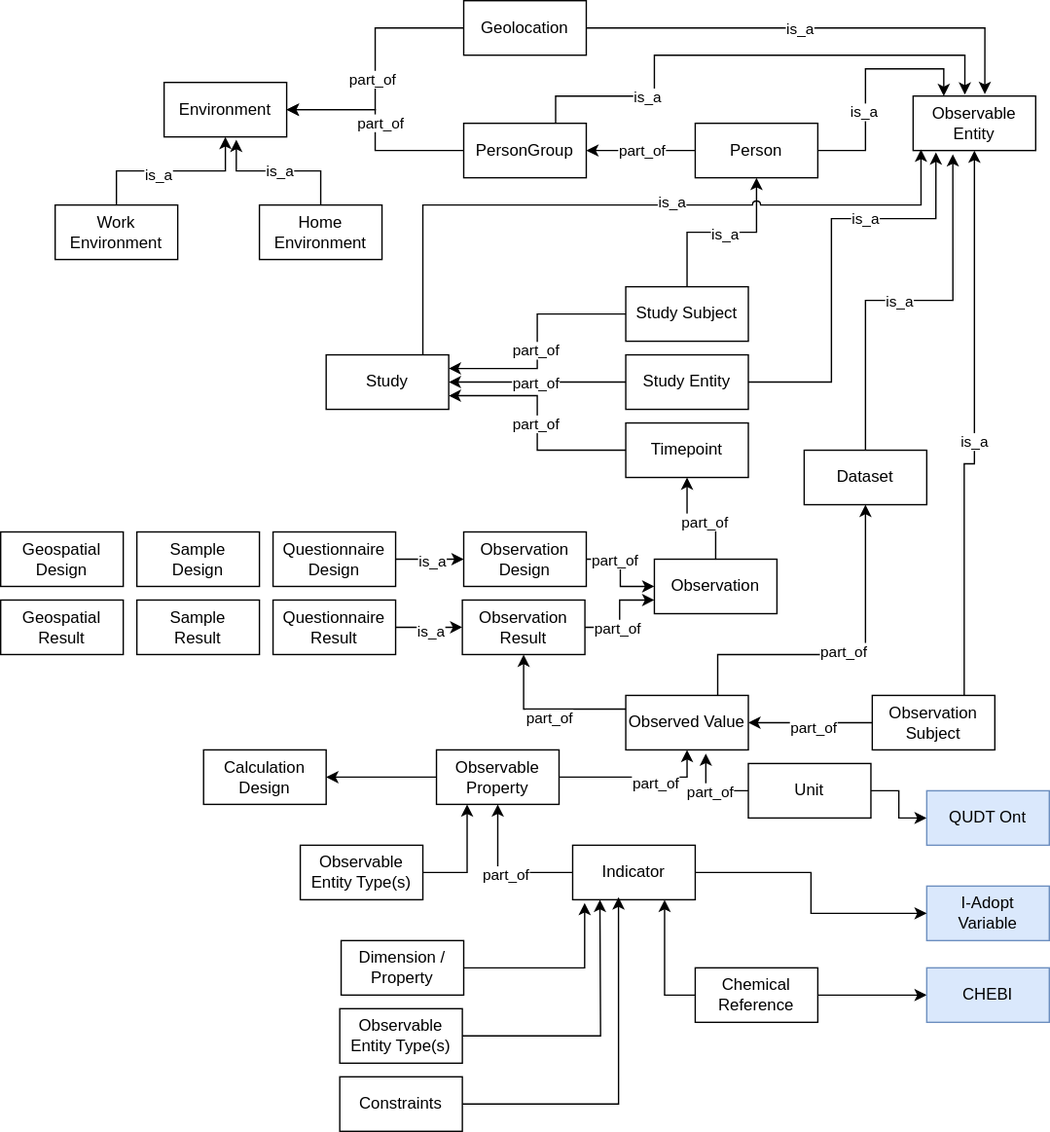
Earlier version of the draw.io export diagrams/PEH Entities Overview.svg (GertjanBisschop/parco-hbm). Source tidied: cells renumbered, new cells last; positions are measured from the earlier drawing's top-left corner, leaving out a move shared by most shapes.
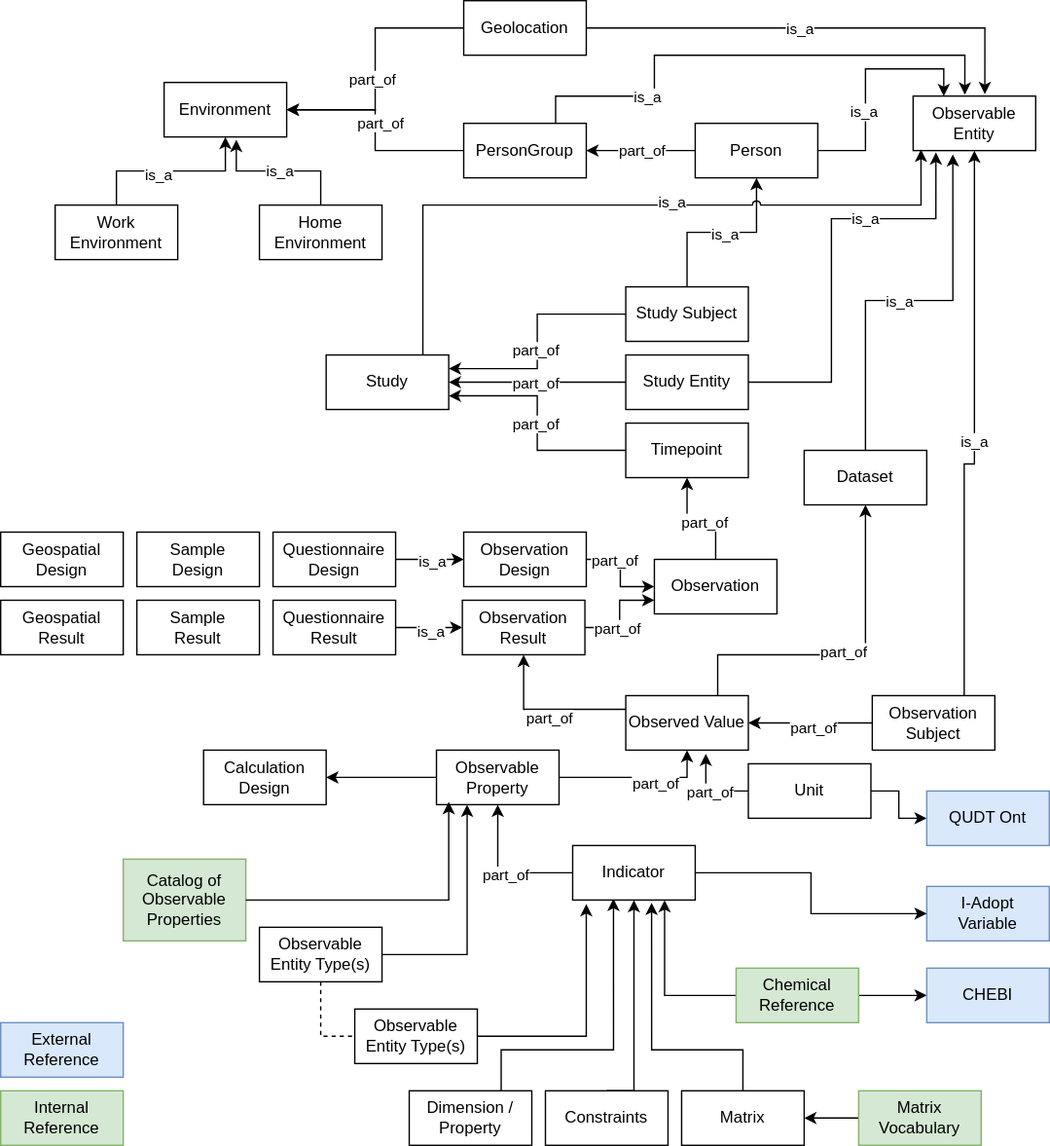
Later version of the same file.

Commit message:
Made links to internal vocabularies more explicit

Change to the diagram source:
```diff
@@ -148,8 +148,8 @@
     <mxCell id="44" style="edgeStyle=orthogonalEdgeStyle;rounded=0;jettySize=auto;html=1;entryX=0;entryY=0.5;entryDx=0;entryDy=0;" parent="1" edge="1" source="45" target="78">
       <mxGeometry relative="1" as="geometry" />
     </mxCell>
-    <mxCell id="45" value="Chemical Reference" style="rounded=0;whiteSpace=wrap;html=1;" parent="1" vertex="1">
-      <mxGeometry x="510" y="710" width="90" height="40" as="geometry" />
+    <mxCell id="45" value="Chemical Reference" style="rounded=0;whiteSpace=wrap;html=1;fillColor=#d5e8d4;strokeColor=#82b366;" parent="1" vertex="1">
+      <mxGeometry x="540" y="710" width="90" height="40" as="geometry" />
     </mxCell>
     <mxCell id="46" style="edgeStyle=orthogonalEdgeStyle;rounded=0;jettySize=auto;html=1;entryX=1;entryY=0.25;entryDx=0;entryDy=0;" parent="1" edge="1" source="50" target="2">
       <mxGeometry relative="1" as="geometry" />
@@ -169,18 +169,19 @@
     <mxCell id="51" value="I-Adopt&lt;br&gt;Variable" style="rounded=0;whiteSpace=wrap;html=1;fillColor=#dae8fc;strokeColor=#6c8ebf;" parent="1" vertex="1">
       <mxGeometry x="680" y="650" width="90" height="40" as="geometry" />
     </mxCell>
-    <mxCell id="52" style="edgeStyle=orthogonalEdgeStyle;rounded=0;jettySize=auto;html=1;entryX=0.098;entryY=1.059;entryDx=0;entryDy=0;entryPerimeter=0;" parent="1" edge="1" source="53" target="62">
+    <mxCell id="52" style="edgeStyle=orthogonalEdgeStyle;rounded=0;jettySize=auto;html=1;entryX=0.333;entryY=0.975;entryDx=0;entryDy=0;entryPerimeter=0;exitX=0.75;exitY=0;exitDx=0;exitDy=0;" parent="1" edge="1" source="53" target="62">
       <mxGeometry relative="1" as="geometry">
         <Array as="points">
-          <mxPoint x="429" y="710" />
+          <mxPoint x="368" y="770" />
+          <mxPoint x="450" y="770" />
         </Array>
       </mxGeometry>
     </mxCell>
     <mxCell id="53" value="Dimension / Property" style="rounded=0;whiteSpace=wrap;html=1;" parent="1" vertex="1">
-      <mxGeometry x="250" y="690" width="90" height="40" as="geometry" />
+      <mxGeometry x="300" y="800" width="90" height="40" as="geometry" />
     </mxCell>
     <mxCell id="54" value="Observable Entity Type(s)" style="rounded=0;whiteSpace=wrap;html=1;" parent="1" vertex="1">
-      <mxGeometry x="249" y="740" width="90" height="40" as="geometry" />
+      <mxGeometry x="260" y="740" width="90" height="40" as="geometry" />
     </mxCell>
     <mxCell id="55" value="Observable Entity" style="rounded=0;whiteSpace=wrap;html=1;" parent="1" vertex="1">
       <mxGeometry x="670" y="70" width="90" height="40" as="geometry" />
@@ -255,20 +256,19 @@
     <mxCell id="74" value="Dataset" style="rounded=0;whiteSpace=wrap;html=1;" parent="1" vertex="1">
       <mxGeometry x="590" y="330" width="90" height="40" as="geometry" />
     </mxCell>
-    <mxCell id="75" style="edgeStyle=orthogonalEdgeStyle;rounded=0;jettySize=auto;html=1;" parent="1" edge="1" source="54">
-      <mxGeometry relative="1" as="geometry">
-        <mxPoint x="440" y="660" as="targetPoint" />
-      </mxGeometry>
+    <mxCell id="75" style="edgeStyle=orthogonalEdgeStyle;rounded=0;jettySize=auto;html=1;entryX=0.111;entryY=1.075;entryDx=0;entryDy=0;entryPerimeter=0;" parent="1" edge="1" source="54" target="62">
+      <mxGeometry relative="1" as="geometry" />
     </mxCell>
-    <mxCell id="76" style="edgeStyle=orthogonalEdgeStyle;rounded=0;jettySize=auto;html=1;entryX=0.374;entryY=0.955;entryDx=0;entryDy=0;entryPerimeter=0;" parent="1" edge="1" source="77" target="62">
+    <mxCell id="76" style="edgeStyle=orthogonalEdgeStyle;rounded=0;jettySize=auto;html=1;entryX=0.5;entryY=1;entryDx=0;entryDy=0;exitX=0.5;exitY=0;exitDx=0;exitDy=0;" parent="1" edge="1" source="77" target="62">
       <mxGeometry relative="1" as="geometry">
         <Array as="points">
-          <mxPoint x="454" y="810" />
+          <mxPoint x="465" y="730" />
+          <mxPoint x="465" y="730" />
         </Array>
       </mxGeometry>
     </mxCell>
     <mxCell id="77" value="Constraints" style="rounded=0;whiteSpace=wrap;html=1;" parent="1" vertex="1">
-      <mxGeometry x="249" y="790" width="90" height="40" as="geometry" />
+      <mxGeometry x="400" y="800" width="90" height="40" as="geometry" />
     </mxCell>
     <mxCell id="78" value="CHEBI" style="rounded=0;whiteSpace=wrap;html=1;fillColor=#dae8fc;strokeColor=#6c8ebf;" parent="1" vertex="1">
       <mxGeometry x="680" y="710" width="90" height="40" as="geometry" />
@@ -314,8 +314,11 @@
     <mxCell id="88" style="edgeStyle=orthogonalEdgeStyle;rounded=0;jettySize=auto;html=1;entryX=0.25;entryY=1;entryDx=0;entryDy=0;" parent="1" edge="1" source="89" target="56">
       <mxGeometry relative="1" as="geometry" />
     </mxCell>
+    <mxCell id="100" style="edgeStyle=orthogonalEdgeStyle;rounded=0;jettySize=auto;html=1;entryX=0;entryY=0.5;entryDx=0;entryDy=0;endArrow=none;endFill=0;dashed=1;exitX=0.5;exitY=1;exitDx=0;exitDy=0;" parent="1" edge="1" source="89" target="54">
+      <mxGeometry relative="1" as="geometry" />
+    </mxCell>
     <mxCell id="89" value="Observable Entity Type(s)" style="rounded=0;whiteSpace=wrap;html=1;" parent="1" vertex="1">
-      <mxGeometry x="220" y="620" width="90" height="40" as="geometry" />
+      <mxGeometry x="190" y="680" width="90" height="40" as="geometry" />
     </mxCell>
     <mxCell id="90" style="edgeStyle=orthogonalEdgeStyle;rounded=0;jettySize=auto;html=1;entryX=0.653;entryY=1.067;entryDx=0;entryDy=0;entryPerimeter=0;exitX=0;exitY=0.5;exitDx=0;exitDy=0;" parent="1" edge="1" source="23" target="65">
       <mxGeometry relative="1" as="geometry" />
@@ -351,5 +354,34 @@
     <mxCell id="99" value="QUDT Ont" style="rounded=0;whiteSpace=wrap;html=1;fillColor=#dae8fc;strokeColor=#6c8ebf;" parent="1" vertex="1">
       <mxGeometry x="680" y="580" width="90" height="40" as="geometry" />
     </mxCell>
+    <mxCell id="101" value="Catalog of Observable Properties" style="rounded=0;whiteSpace=wrap;html=1;fillColor=#d5e8d4;strokeColor=#82b366;" parent="1" vertex="1">
+      <mxGeometry x="90" y="630" width="90" height="60" as="geometry" />
+    </mxCell>
+    <mxCell id="102" style="edgeStyle=orthogonalEdgeStyle;rounded=0;jettySize=auto;html=1;entryX=0.1;entryY=0.95;entryDx=0;entryDy=0;entryPerimeter=0;" parent="1" edge="1" source="101" target="56">
+      <mxGeometry relative="1" as="geometry" />
+    </mxCell>
+    <mxCell id="103" value="Matrix" style="rounded=0;whiteSpace=wrap;html=1;" parent="1" vertex="1">
+      <mxGeometry x="500" y="800" width="90" height="40" as="geometry" />
+    </mxCell>
+    <mxCell id="104" style="edgeStyle=orthogonalEdgeStyle;rounded=0;jettySize=auto;html=1;entryX=0.644;entryY=1.05;entryDx=0;entryDy=0;entryPerimeter=0;" parent="1" edge="1" source="103" target="62">
+      <mxGeometry relative="1" as="geometry">
+        <Array as="points">
+          <mxPoint x="545" y="770" />
+          <mxPoint x="478" y="770" />
+        </Array>
+      </mxGeometry>
+    </mxCell>
+    <mxCell id="105" style="edgeStyle=orthogonalEdgeStyle;rounded=0;jettySize=auto;html=1;" parent="1" edge="1" source="106" target="103">
+      <mxGeometry relative="1" as="geometry" />
+    </mxCell>
+    <mxCell id="106" value="Matrix Vocabulary" style="rounded=0;whiteSpace=wrap;html=1;fillColor=#d5e8d4;strokeColor=#82b366;" parent="1" vertex="1">
+      <mxGeometry x="630" y="800" width="90" height="40" as="geometry" />
+    </mxCell>
+    <mxCell id="107" value="External Reference" style="rounded=0;whiteSpace=wrap;html=1;fillColor=#dae8fc;strokeColor=#6c8ebf;" parent="1" vertex="1">
+      <mxGeometry y="750" width="90" height="40" as="geometry" />
+    </mxCell>
+    <mxCell id="108" value="Internal Reference" style="rounded=0;whiteSpace=wrap;html=1;fillColor=#d5e8d4;strokeColor=#82b366;" parent="1" vertex="1">
+      <mxGeometry y="800" width="90" height="40" as="geometry" />
+    </mxCell>
   </root>
 </mxGraphModel>
```
